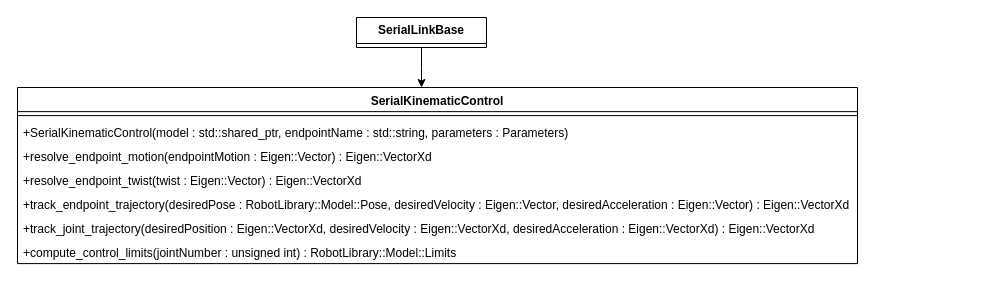
Earlier version of the draw.io diagram page "SerialKinematicControl" (3 of 3) of Control/doc/ClassDiagrams.drawio (Woolfrey/software_robot_library). Source tidied: cells renumbered, new cells numbered last; positions are measured from the earlier drawing's top-left corner, leaving out a move shared by most shapes. Both pictures are drawn from the tidied source at 100%, with x=0, y=0 at pixel (17, 17).
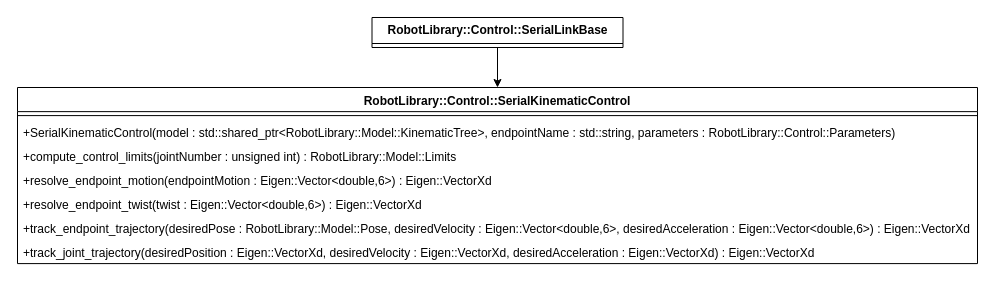
Above is the later version.

Change to the diagram source:
```diff
@@
 <mxGraphModel>
   <root>
     <mxCell id="0" />
     <mxCell id="1" parent="0" />
-    <mxCell id="2" value="SerialKinematicControl" style="swimlane;fontStyle=1;align=center;verticalAlign=top;horizontal=1;startSize=24.133333333333333;" parent="1" vertex="1">
-      <mxGeometry y="70" width="840" height="176.1" as="geometry" />
+    <mxCell id="2" value="RobotLibrary::Control::SerialKinematicControl" style="swimlane;fontStyle=1;align=center;verticalAlign=top;horizontal=1;startSize=24.133333333333333;" parent="1" vertex="1">
+      <mxGeometry y="70" width="960" height="176.1" as="geometry" />
     </mxCell>
     <mxCell id="3" style="line;strokeWidth=1;fillColor=none;align=left;verticalAlign=middle;spacingTop=-1;spacingLeft=3;spacingRight=3;labelPosition=right;strokeColor=inherit;" parent="2" vertex="1">
-      <mxGeometry y="24.1" width="840" height="8" as="geometry" />
+      <mxGeometry y="24.1" width="960" height="8" as="geometry" />
     </mxCell>
-    <mxCell id="4" value="+SerialKinematicControl(model : std::shared_ptr, endpointName : std::string, parameters : Parameters)" style="text;strokeColor=none;fillColor=none;align=left;verticalAlign=top;spacingLeft=4;spacingRight=4;overflow=hidden;" parent="2" vertex="1">
-      <mxGeometry y="32.1" width="840" height="24" as="geometry" />
+    <mxCell id="4" value="+SerialKinematicControl(model : std::shared_ptr&lt;RobotLibrary::Model::KinematicTree&gt;, endpointName : std::string, parameters : RobotLibrary::Control::Parameters)" style="text;strokeColor=none;fillColor=none;align=left;verticalAlign=top;spacingLeft=4;spacingRight=4;overflow=hidden;" parent="2" vertex="1">
+      <mxGeometry y="32.1" width="960" height="24" as="geometry" />
     </mxCell>
+    <mxCell id="9" value="+compute_control_limits(jointNumber : unsigned int) : RobotLibrary::Model::Limits" style="text;strokeColor=none;fillColor=none;align=left;verticalAlign=top;spacingLeft=4;spacingRight=4;overflow=hidden;" parent="2" vertex="1">
+      <mxGeometry y="56.1" width="960" height="24" as="geometry" />
+    </mxCell>
-    <mxCell id="5" value="+resolve_endpoint_motion(endpointMotion : Eigen::Vector) : Eigen::VectorXd" style="text;strokeColor=none;fillColor=none;align=left;verticalAlign=top;spacingLeft=4;spacingRight=4;overflow=hidden;" parent="2" vertex="1">
-      <mxGeometry y="56.1" width="840" height="24" as="geometry" />
+    <mxCell id="5" value="+resolve_endpoint_motion(endpointMotion : Eigen::Vector&lt;double,6&gt;) : Eigen::VectorXd" style="text;strokeColor=none;fillColor=none;align=left;verticalAlign=top;spacingLeft=4;spacingRight=4;overflow=hidden;" parent="2" vertex="1">
+      <mxGeometry y="80.1" width="960" height="24" as="geometry" />
     </mxCell>
-    <mxCell id="6" value="+resolve_endpoint_twist(twist : Eigen::Vector) : Eigen::VectorXd" style="text;strokeColor=none;fillColor=none;align=left;verticalAlign=top;spacingLeft=4;spacingRight=4;overflow=hidden;" parent="2" vertex="1">
-      <mxGeometry y="80.1" width="840" height="24" as="geometry" />
+    <mxCell id="6" value="+resolve_endpoint_twist(twist : Eigen::Vector&lt;double,6&gt;) : Eigen::VectorXd" style="text;strokeColor=none;fillColor=none;align=left;verticalAlign=top;spacingLeft=4;spacingRight=4;overflow=hidden;" parent="2" vertex="1">
+      <mxGeometry y="104.1" width="960" height="24" as="geometry" />
     </mxCell>
-    <mxCell id="7" value="+track_endpoint_trajectory(desiredPose : RobotLibrary::Model::Pose, desiredVelocity : Eigen::Vector, desiredAcceleration : Eigen::Vector) : Eigen::VectorXd" style="text;strokeColor=none;fillColor=none;align=left;verticalAlign=top;spacingLeft=4;spacingRight=4;overflow=hidden;" parent="2" vertex="1">
-      <mxGeometry y="104.1" width="840" height="24" as="geometry" />
+    <mxCell id="7" value="+track_endpoint_trajectory(desiredPose : RobotLibrary::Model::Pose, desiredVelocity : Eigen::Vector&lt;double,6&gt;, desiredAcceleration : Eigen::Vector&lt;double,6&gt;) : Eigen::VectorXd" style="text;strokeColor=none;fillColor=none;align=left;verticalAlign=top;spacingLeft=4;spacingRight=4;overflow=hidden;" parent="2" vertex="1">
+      <mxGeometry y="128.1" width="960" height="24" as="geometry" />
     </mxCell>
     <mxCell id="8" value="+track_joint_trajectory(desiredPosition : Eigen::VectorXd, desiredVelocity : Eigen::VectorXd, desiredAcceleration : Eigen::VectorXd) : Eigen::VectorXd" style="text;strokeColor=none;fillColor=none;align=left;verticalAlign=top;spacingLeft=4;spacingRight=4;overflow=hidden;" parent="2" vertex="1">
-      <mxGeometry y="128.1" width="840" height="24" as="geometry" />
+      <mxGeometry y="152.1" width="960" height="24" as="geometry" />
     </mxCell>
-    <mxCell id="9" value="+compute_control_limits(jointNumber : unsigned int) : RobotLibrary::Model::Limits" style="text;strokeColor=none;fillColor=none;align=left;verticalAlign=top;spacingLeft=4;spacingRight=4;overflow=hidden;" parent="2" vertex="1">
-      <mxGeometry y="152.1" width="840" height="24" as="geometry" />
-    </mxCell>
+    <mxCell id="12" style="edgeStyle=orthogonalEdgeStyle;rounded=0;jettySize=auto;html=1;entryX=0.5;entryY=0;entryDx=0;entryDy=0;" parent="1" edge="1" source="10" target="2">
+      <mxGeometry relative="1" as="geometry" />
+    </mxCell>
-    <mxCell id="10" value="&lt;b&gt;SerialLinkBase&lt;/b&gt;" style="swimlane;fontStyle=0;horizontal=1;startSize=26;fillColor=none;whiteSpace=wrap;html=1;" parent="1" vertex="1" collapsed="1">
-      <mxGeometry x="339" width="130" height="30" as="geometry" />
+    <mxCell id="10" value="&lt;b&gt;RobotLibrary::Control::SerialLinkBase&lt;/b&gt;" style="swimlane;fontStyle=0;horizontal=1;startSize=26;fillColor=none;whiteSpace=wrap;html=1;" parent="1" vertex="1" collapsed="1">
+      <mxGeometry x="354.5" width="251" height="30" as="geometry" />
     </mxCell>
-    <mxCell id="11" style="edgeStyle=orthogonalEdgeStyle;rounded=0;jettySize=auto;html=1;" parent="1" edge="1" source="10">
-      <mxGeometry relative="1" as="geometry">
-        <mxPoint x="404" y="70" as="targetPoint" />
-      </mxGeometry>
-    </mxCell>
   </root>
 </mxGraphModel>
```
